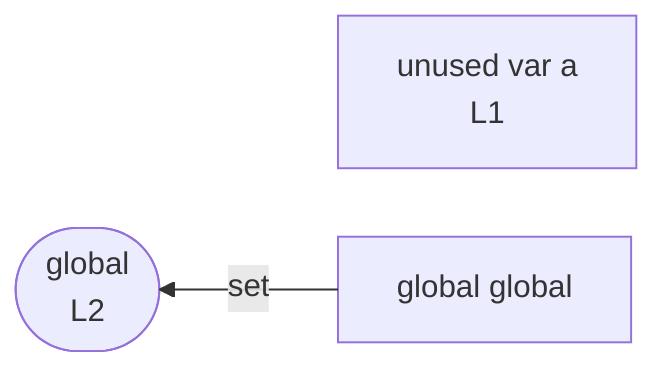
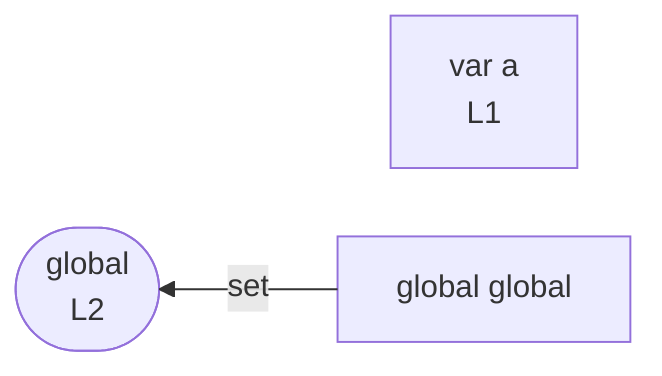
%%{init: {"flowchart": {"defaultRenderer": "elk"}}}%%
flowchart RL
-   n_scope_0_a_4["unused var a<br/>L1"]
+   n_scope_0_a_4["var a<br/>L1"]
  n_scope_0_global_11["global global"]
  wr_ref_0(["global<br/>L2"])
  n_scope_0_global_11 -->|set| wr_ref_0
